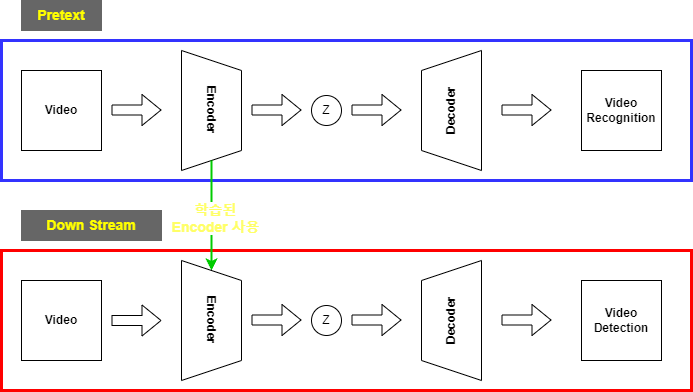
This is 연구주제.drawio.png from Kyoungrae-Noh/Self-Supervised-Learning, a draw.io export, as it was before one commit. Source tidied: cells renumbered, new cells last; positions are measured from the earlier drawing's top-left corner, leaving out a move shared by most shapes.
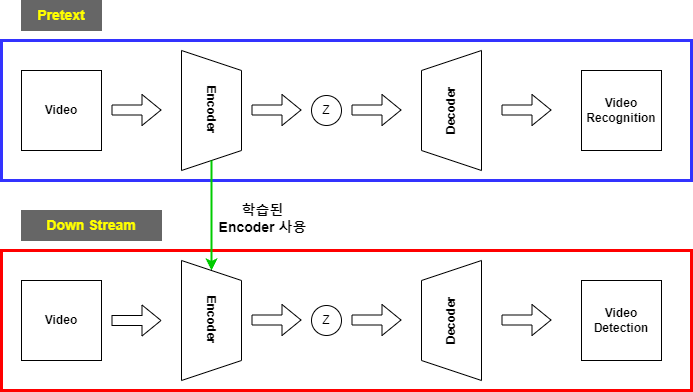
Above is the later version.

Commit message:
연구주제.drawio.png 업데이트

The edit, as a diff of the source:
```diff
@@ -52,9 +52,9 @@
         <mxPoint x="210" y="160" as="sourcePoint" />
       </mxGeometry>
     </mxCell>
-    <mxCell id="14" value="&lt;b style=&quot;&quot;&gt;&lt;font color=&quot;#ffff66&quot;&gt;학습된 &lt;br&gt;Encoder 사용&lt;/font&gt;&lt;/b&gt;" style="edgeLabel;html=1;align=center;verticalAlign=middle;fontSize=14;fontColor=#FFFF00;labelBorderColor=none;" parent="13" vertex="1">
+    <mxCell id="14" value="&lt;b style=&quot;&quot;&gt;&lt;font&gt;학습된 &lt;br&gt;Encoder 사용&lt;/font&gt;&lt;/b&gt;" style="edgeLabel;html=1;align=center;verticalAlign=middle;fontSize=14;fontColor=#000000;labelBorderColor=none;labelBackgroundColor=none;" parent="13" vertex="1">
       <mxGeometry x="0.34" y="-4" relative="1" as="geometry">
-        <mxPoint x="7" y="-17" as="offset" />
+        <mxPoint x="54" y="-17" as="offset" />
       </mxGeometry>
     </mxCell>
     <mxCell id="15" value="&lt;b&gt;Encoder&lt;/b&gt;" style="shape=trapezoid;perimeter=trapezoidPerimeter;whiteSpace=wrap;html=1;fixedSize=1;rotation=90;" parent="1" vertex="1">
```
